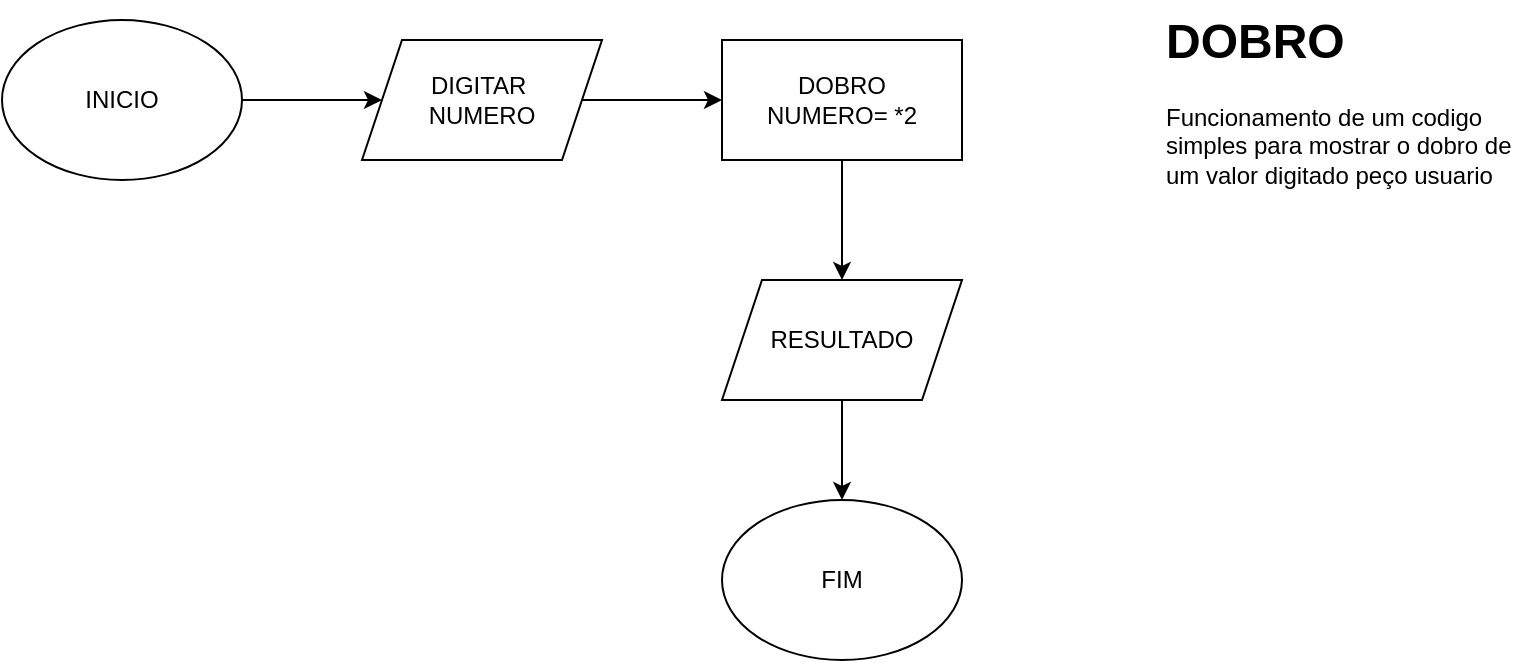
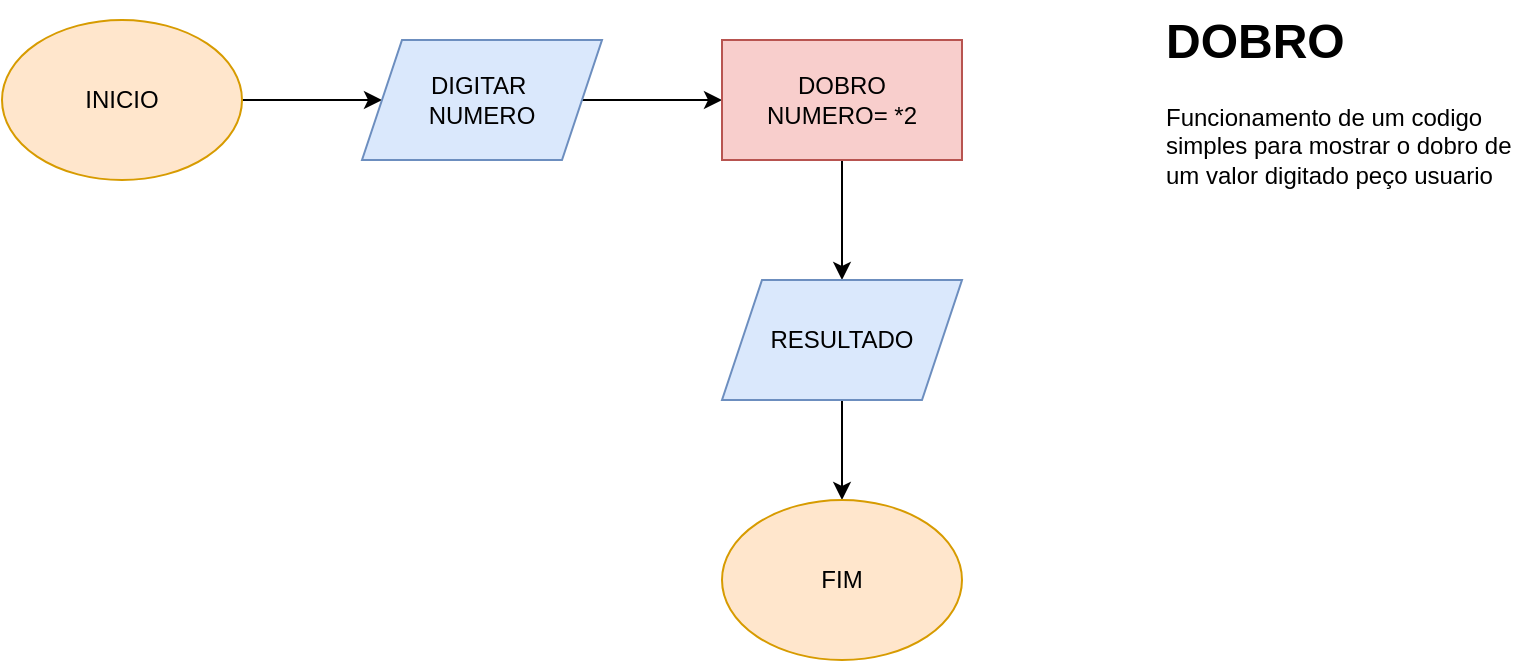
<mxfile host="65bd71144e">
    <diagram id="R-5eT76pNSJoGDwIzhVg" name="Dobro">
-         <mxGraphModel dx="736" dy="569" grid="1" gridSize="10" guides="1" tooltips="1" connect="1" arrows="1" fold="1" page="1" pageScale="1" pageWidth="827" pageHeight="1169" math="0" shadow="0">
+         <mxGraphModel dx="1086" dy="801" grid="1" gridSize="10" guides="1" tooltips="1" connect="1" arrows="1" fold="1" page="1" pageScale="1" pageWidth="827" pageHeight="1169" math="0" shadow="0">
            <root>
                <mxCell id="0"/>
                <mxCell id="1" parent="0"/>
                <mxCell id="9" value="" style="edgeStyle=none;html=1;" parent="1" source="2" target="3" edge="1">
                    <mxGeometry relative="1" as="geometry"/>
                </mxCell>
-                 <mxCell id="2" value="INICIO" style="ellipse;whiteSpace=wrap;html=1;" parent="1" vertex="1">
+                 <mxCell id="2" value="INICIO" style="ellipse;whiteSpace=wrap;html=1;fillColor=#ffe6cc;strokeColor=#d79b00;" parent="1" vertex="1">
                    <mxGeometry x="30" y="40" width="120" height="80" as="geometry"/>
                </mxCell>
                <mxCell id="8" value="" style="edgeStyle=none;html=1;" parent="1" source="3" target="5" edge="1">
                    <mxGeometry relative="1" as="geometry"/>
                </mxCell>
-                 <mxCell id="3" value="DIGITAR&amp;nbsp;&lt;div&gt;NUMERO&lt;/div&gt;" style="shape=parallelogram;perimeter=parallelogramPerimeter;whiteSpace=wrap;html=1;fixedSize=1;" parent="1" vertex="1">
+                 <mxCell id="3" value="DIGITAR&amp;nbsp;&lt;div&gt;NUMERO&lt;/div&gt;" style="shape=parallelogram;perimeter=parallelogramPerimeter;whiteSpace=wrap;html=1;fixedSize=1;fillColor=#dae8fc;strokeColor=#6c8ebf;" parent="1" vertex="1">
                    <mxGeometry x="210" y="50" width="120" height="60" as="geometry"/>
                </mxCell>
                <mxCell id="7" value="" style="edgeStyle=none;html=1;" parent="1" source="5" target="6" edge="1">
                    <mxGeometry relative="1" as="geometry"/>
                </mxCell>
-                 <mxCell id="5" value="DOBRO&lt;div&gt;NUMERO= *2&lt;/div&gt;" style="rounded=0;whiteSpace=wrap;html=1;" parent="1" vertex="1">
+                 <mxCell id="5" value="DOBRO&lt;div&gt;NUMERO= *2&lt;/div&gt;" style="rounded=0;whiteSpace=wrap;html=1;fillColor=#f8cecc;strokeColor=#b85450;" parent="1" vertex="1">
                    <mxGeometry x="390" y="50" width="120" height="60" as="geometry"/>
                </mxCell>
                <mxCell id="q6kPT5-dgeiqTEHdVYeY-13" value="" style="edgeStyle=none;html=1;" parent="1" source="6" target="q6kPT5-dgeiqTEHdVYeY-12" edge="1">
                    <mxGeometry relative="1" as="geometry"/>
                </mxCell>
-                 <mxCell id="6" value="RESULTADO" style="shape=parallelogram;perimeter=parallelogramPerimeter;whiteSpace=wrap;html=1;fixedSize=1;" parent="1" vertex="1">
+                 <mxCell id="6" value="RESULTADO" style="shape=parallelogram;perimeter=parallelogramPerimeter;whiteSpace=wrap;html=1;fixedSize=1;fillColor=#dae8fc;strokeColor=#6c8ebf;" parent="1" vertex="1">
                    <mxGeometry x="390" y="170" width="120" height="60" as="geometry"/>
                </mxCell>
                <mxCell id="10" value="&lt;h1 style=&quot;margin-top: 0px;&quot;&gt;DOBRO&lt;/h1&gt;&lt;div&gt;Funcionamento de um codigo simples para mostrar o dobro de um valor digitado peço usuario&lt;/div&gt;" style="text;html=1;whiteSpace=wrap;overflow=hidden;rounded=0;" parent="1" vertex="1">
                    <mxGeometry x="610" y="30" width="180" height="120" as="geometry"/>
                </mxCell>
-                 <mxCell id="q6kPT5-dgeiqTEHdVYeY-12" value="FIM" style="ellipse;whiteSpace=wrap;html=1;" parent="1" vertex="1">
+                 <mxCell id="q6kPT5-dgeiqTEHdVYeY-12" value="FIM" style="ellipse;whiteSpace=wrap;html=1;fillColor=#ffe6cc;strokeColor=#d79b00;" parent="1" vertex="1">
                    <mxGeometry x="390" y="280" width="120" height="80" as="geometry"/>
                </mxCell>
            </root>
        </mxGraphModel>
    </diagram>
    <diagram id="-PReSM5Idh_WwqLt-fG1" name="Verificar idade">
-         <mxGraphModel dx="736" dy="569" grid="1" gridSize="10" guides="1" tooltips="1" connect="1" arrows="1" fold="1" page="1" pageScale="1" pageWidth="827" pageHeight="1169" math="0" shadow="0">
+         <mxGraphModel dx="1086" dy="801" grid="1" gridSize="10" guides="1" tooltips="1" connect="1" arrows="1" fold="1" page="1" pageScale="1" pageWidth="827" pageHeight="1169" math="0" shadow="0">
            <root>
                <mxCell id="0"/>
                <mxCell id="1" parent="0"/>
                <mxCell id="4D1OAy0dg1UeNiTEq1M0-13" value="" style="edgeStyle=none;html=1;" parent="1" source="4D1OAy0dg1UeNiTEq1M0-1" target="4D1OAy0dg1UeNiTEq1M0-2" edge="1">
                    <mxGeometry relative="1" as="geometry"/>
                </mxCell>
-                 <mxCell id="4D1OAy0dg1UeNiTEq1M0-1" value="INICIO" style="ellipse;whiteSpace=wrap;html=1;" parent="1" vertex="1">
+                 <mxCell id="4D1OAy0dg1UeNiTEq1M0-1" value="INICIO" style="ellipse;whiteSpace=wrap;html=1;fillColor=#ffe6cc;strokeColor=#d79b00;" parent="1" vertex="1">
                    <mxGeometry x="35" y="10" width="120" height="80" as="geometry"/>
                </mxCell>
                <mxCell id="4D1OAy0dg1UeNiTEq1M0-12" value="" style="edgeStyle=none;html=1;entryX=0.5;entryY=0;entryDx=0;entryDy=0;" parent="1" source="4D1OAy0dg1UeNiTEq1M0-2" target="4D1OAy0dg1UeNiTEq1M0-3" edge="1">
                    <mxGeometry relative="1" as="geometry">
                        <Array as="points"/>
                    </mxGeometry>
                </mxCell>
-                 <mxCell id="4D1OAy0dg1UeNiTEq1M0-2" value="DIGITAR IDADE" style="shape=parallelogram;perimeter=parallelogramPerimeter;whiteSpace=wrap;html=1;fixedSize=1;" parent="1" vertex="1">
+                 <mxCell id="4D1OAy0dg1UeNiTEq1M0-2" value="DIGITAR IDADE" style="shape=parallelogram;perimeter=parallelogramPerimeter;whiteSpace=wrap;html=1;fixedSize=1;fillColor=#f8cecc;strokeColor=#b85450;" parent="1" vertex="1">
                    <mxGeometry y="140" width="190" height="60" as="geometry"/>
                </mxCell>
                <mxCell id="4D1OAy0dg1UeNiTEq1M0-10" style="edgeStyle=none;html=1;exitX=1;exitY=0.5;exitDx=0;exitDy=0;entryX=0;entryY=1;entryDx=0;entryDy=0;" parent="1" source="4D1OAy0dg1UeNiTEq1M0-3" target="4D1OAy0dg1UeNiTEq1M0-6" edge="1">
                    <mxGeometry relative="1" as="geometry"/>
                </mxCell>
                <mxCell id="4D1OAy0dg1UeNiTEq1M0-11" style="edgeStyle=none;html=1;exitX=1;exitY=0.5;exitDx=0;exitDy=0;entryX=0;entryY=0;entryDx=0;entryDy=0;" parent="1" source="4D1OAy0dg1UeNiTEq1M0-3" target="4D1OAy0dg1UeNiTEq1M0-7" edge="1">
                    <mxGeometry relative="1" as="geometry"/>
                </mxCell>
-                 <mxCell id="4D1OAy0dg1UeNiTEq1M0-3" value="IDADE &amp;gt;=18" style="rhombus;whiteSpace=wrap;html=1;" parent="1" vertex="1">
+                 <mxCell id="4D1OAy0dg1UeNiTEq1M0-3" value="IDADE &amp;gt;=18" style="rhombus;whiteSpace=wrap;html=1;fillColor=#ffe6cc;strokeColor=#d79b00;" parent="1" vertex="1">
                    <mxGeometry x="12.5" y="270" width="165" height="80" as="geometry"/>
                </mxCell>
                <mxCell id="4D1OAy0dg1UeNiTEq1M0-4" value="SIM" style="text;html=1;align=center;verticalAlign=middle;whiteSpace=wrap;rounded=0;" parent="1" vertex="1">
                    <mxGeometry x="120" y="250" width="60" height="30" as="geometry"/>
                </mxCell>
                <mxCell id="4D1OAy0dg1UeNiTEq1M0-5" value="NÃO" style="text;html=1;align=center;verticalAlign=middle;whiteSpace=wrap;rounded=0;" parent="1" vertex="1">
                    <mxGeometry x="120" y="340" width="60" height="30" as="geometry"/>
                </mxCell>
                <mxCell id="4D1OAy0dg1UeNiTEq1M0-14" value="" style="edgeStyle=none;html=1;" parent="1" source="4D1OAy0dg1UeNiTEq1M0-6" target="4D1OAy0dg1UeNiTEq1M0-8" edge="1">
                    <mxGeometry relative="1" as="geometry"/>
                </mxCell>
-                 <mxCell id="4D1OAy0dg1UeNiTEq1M0-6" value="MAIOR DE IDADE" style="shape=parallelogram;perimeter=parallelogramPerimeter;whiteSpace=wrap;html=1;fixedSize=1;" parent="1" vertex="1">
+                 <mxCell id="4D1OAy0dg1UeNiTEq1M0-6" value="MAIOR DE IDADE" style="shape=parallelogram;perimeter=parallelogramPerimeter;whiteSpace=wrap;html=1;fixedSize=1;fillColor=#f8cecc;strokeColor=#b85450;" parent="1" vertex="1">
                    <mxGeometry x="224" y="210" width="190" height="60" as="geometry"/>
                </mxCell>
                <mxCell id="4D1OAy0dg1UeNiTEq1M0-15" value="" style="edgeStyle=none;html=1;" parent="1" source="4D1OAy0dg1UeNiTEq1M0-7" target="4D1OAy0dg1UeNiTEq1M0-8" edge="1">
                    <mxGeometry relative="1" as="geometry"/>
                </mxCell>
-                 <mxCell id="4D1OAy0dg1UeNiTEq1M0-7" value="MENOR DE IDADE" style="shape=parallelogram;perimeter=parallelogramPerimeter;whiteSpace=wrap;html=1;fixedSize=1;" parent="1" vertex="1">
+                 <mxCell id="4D1OAy0dg1UeNiTEq1M0-7" value="MENOR DE IDADE" style="shape=parallelogram;perimeter=parallelogramPerimeter;whiteSpace=wrap;html=1;fixedSize=1;fillColor=#f8cecc;strokeColor=#b85450;" parent="1" vertex="1">
                    <mxGeometry x="210" y="350" width="190" height="60" as="geometry"/>
                </mxCell>
-                 <mxCell id="4D1OAy0dg1UeNiTEq1M0-8" value="FIM" style="ellipse;whiteSpace=wrap;html=1;" parent="1" vertex="1">
+                 <mxCell id="4D1OAy0dg1UeNiTEq1M0-8" value="FIM" style="ellipse;whiteSpace=wrap;html=1;fillColor=#ffe6cc;strokeColor=#d79b00;" parent="1" vertex="1">
                    <mxGeometry x="500" y="270" width="120" height="80" as="geometry"/>
                </mxCell>
                <mxCell id="4vniGXOj3CQmXd5J_Ys6-1" value="&lt;h1 style=&quot;margin-top: 0px;&quot;&gt;VERIFICAR IDADE&lt;/h1&gt;&lt;div&gt;Fluxograma para verificação de idade&lt;/div&gt;" style="text;html=1;whiteSpace=wrap;overflow=hidden;rounded=0;" parent="1" vertex="1">
                    <mxGeometry x="590" y="40" width="240" height="80" as="geometry"/>
                </mxCell>
            </root>
        </mxGraphModel>
    </diagram>
    <diagram id="vV60u82bGV91kgp_ZNf7" name="Média de notas">
-         <mxGraphModel dx="736" dy="569" grid="1" gridSize="10" guides="1" tooltips="1" connect="1" arrows="1" fold="1" page="1" pageScale="1" pageWidth="827" pageHeight="1169" math="0" shadow="0">
-             <root>
-                 <mxCell id="0"/>
-                 <mxCell id="1" parent="0"/>
-                 <mxCell id="XLC6fJOfM4U3DoHWNkEx-1" value="INICIO" style="ellipse;whiteSpace=wrap;html=1;" parent="1" vertex="1">
+         <mxGraphModel dx="1086" dy="801" grid="1" gridSize="10" guides="1" tooltips="1" connect="1" arrows="1" fold="1" page="1" pageScale="1" pageWidth="827" pageHeight="1169" math="0" shadow="0">
+             <root>
+                 <mxCell id="0"/>
+                 <mxCell id="1" parent="0"/>
+                 <mxCell id="GqeLUvpkJqrqHIIm9Cbv-1" value="" style="edgeStyle=none;html=1;" parent="1" source="XLC6fJOfM4U3DoHWNkEx-1" target="XLC6fJOfM4U3DoHWNkEx-2" edge="1">
+                     <mxGeometry relative="1" as="geometry"/>
+                 </mxCell>
+                 <mxCell id="XLC6fJOfM4U3DoHWNkEx-1" value="INICIO" style="ellipse;whiteSpace=wrap;html=1;fillColor=#fad7ac;strokeColor=#b46504;" parent="1" vertex="1">
                    <mxGeometry x="50" y="30" width="120" height="80" as="geometry"/>
                </mxCell>
                <mxCell id="XLC6fJOfM4U3DoHWNkEx-4" value="" style="edgeStyle=none;html=1;" parent="1" source="XLC6fJOfM4U3DoHWNkEx-2" target="XLC6fJOfM4U3DoHWNkEx-3" edge="1">
                    <mxGeometry relative="1" as="geometry"/>
                </mxCell>
-                 <mxCell id="XLC6fJOfM4U3DoHWNkEx-2" value="Digite a primeira nota" style="shape=parallelogram;perimeter=parallelogramPerimeter;whiteSpace=wrap;html=1;fixedSize=1;" parent="1" vertex="1">
+                 <mxCell id="XLC6fJOfM4U3DoHWNkEx-2" value="Digite a primeira nota" style="shape=parallelogram;perimeter=parallelogramPerimeter;whiteSpace=wrap;html=1;fixedSize=1;fillColor=#b1ddf0;strokeColor=#10739e;" parent="1" vertex="1">
                    <mxGeometry x="10" y="150" width="200" height="60" as="geometry"/>
                </mxCell>
                <mxCell id="XLC6fJOfM4U3DoHWNkEx-6" value="" style="edgeStyle=none;html=1;" parent="1" source="XLC6fJOfM4U3DoHWNkEx-3" target="XLC6fJOfM4U3DoHWNkEx-5" edge="1">
                    <mxGeometry relative="1" as="geometry"/>
                </mxCell>
-                 <mxCell id="XLC6fJOfM4U3DoHWNkEx-3" value="Digite a segunda nota" style="shape=parallelogram;perimeter=parallelogramPerimeter;whiteSpace=wrap;html=1;fixedSize=1;" parent="1" vertex="1">
+                 <mxCell id="XLC6fJOfM4U3DoHWNkEx-3" value="Digite a segunda nota" style="shape=parallelogram;perimeter=parallelogramPerimeter;whiteSpace=wrap;html=1;fixedSize=1;fillColor=#b0e3e6;strokeColor=#0e8088;" parent="1" vertex="1">
                    <mxGeometry x="10" y="290" width="200" height="60" as="geometry"/>
                </mxCell>
                <mxCell id="XLC6fJOfM4U3DoHWNkEx-8" value="" style="edgeStyle=none;html=1;" parent="1" source="XLC6fJOfM4U3DoHWNkEx-5" target="XLC6fJOfM4U3DoHWNkEx-7" edge="1">
                    <mxGeometry relative="1" as="geometry"/>
                </mxCell>
                <mxCell id="XLC6fJOfM4U3DoHWNkEx-10" value="" style="edgeStyle=none;html=1;" parent="1" source="XLC6fJOfM4U3DoHWNkEx-5" target="XLC6fJOfM4U3DoHWNkEx-9" edge="1">
                    <mxGeometry relative="1" as="geometry"/>
                </mxCell>
-                 <mxCell id="XLC6fJOfM4U3DoHWNkEx-5" value="&amp;nbsp;nota &amp;gt;=7" style="rhombus;whiteSpace=wrap;html=1;" parent="1" vertex="1">
+                 <mxCell id="XLC6fJOfM4U3DoHWNkEx-5" value="&amp;nbsp;nota &amp;gt;=7" style="rhombus;whiteSpace=wrap;html=1;fillColor=#fff2cc;strokeColor=#d6b656;" parent="1" vertex="1">
                    <mxGeometry x="290" y="280" width="170" height="80" as="geometry"/>
                </mxCell>
                <mxCell id="XLC6fJOfM4U3DoHWNkEx-13" value="" style="edgeStyle=none;html=1;" parent="1" source="XLC6fJOfM4U3DoHWNkEx-7" target="XLC6fJOfM4U3DoHWNkEx-12" edge="1">
                    <mxGeometry relative="1" as="geometry"/>
                </mxCell>
-                 <mxCell id="XLC6fJOfM4U3DoHWNkEx-7" value="Média aprovado" style="shape=parallelogram;perimeter=parallelogramPerimeter;whiteSpace=wrap;html=1;fixedSize=1;" parent="1" vertex="1">
+                 <mxCell id="XLC6fJOfM4U3DoHWNkEx-7" value="Média aprovado" style="shape=parallelogram;perimeter=parallelogramPerimeter;whiteSpace=wrap;html=1;fixedSize=1;fillColor=#ffe6cc;strokeColor=#d79b00;" parent="1" vertex="1">
                    <mxGeometry x="480" y="200" width="180" height="60" as="geometry"/>
                </mxCell>
                <mxCell id="XLC6fJOfM4U3DoHWNkEx-11" style="edgeStyle=none;html=1;" parent="1" source="XLC6fJOfM4U3DoHWNkEx-9" edge="1">
                    <mxGeometry relative="1" as="geometry">
                        <mxPoint x="620" y="350" as="targetPoint"/>
                    </mxGeometry>
                </mxCell>
                <mxCell id="XLC6fJOfM4U3DoHWNkEx-14" value="" style="edgeStyle=none;html=1;" parent="1" source="XLC6fJOfM4U3DoHWNkEx-9" target="XLC6fJOfM4U3DoHWNkEx-12" edge="1">
                    <mxGeometry relative="1" as="geometry"/>
                </mxCell>
-                 <mxCell id="XLC6fJOfM4U3DoHWNkEx-9" value="Média reprovado" style="shape=parallelogram;perimeter=parallelogramPerimeter;whiteSpace=wrap;html=1;fixedSize=1;" parent="1" vertex="1">
+                 <mxCell id="XLC6fJOfM4U3DoHWNkEx-9" value="Média reprovado" style="shape=parallelogram;perimeter=parallelogramPerimeter;whiteSpace=wrap;html=1;fixedSize=1;fillColor=#ffe6cc;strokeColor=#d79b00;" parent="1" vertex="1">
                    <mxGeometry x="470" y="340" width="180" height="60" as="geometry"/>
                </mxCell>
-                 <mxCell id="XLC6fJOfM4U3DoHWNkEx-12" value="Fim" style="ellipse;whiteSpace=wrap;html=1;" parent="1" vertex="1">
+                 <mxCell id="XLC6fJOfM4U3DoHWNkEx-12" value="Fim" style="ellipse;whiteSpace=wrap;html=1;fillColor=#fad9d5;strokeColor=#ae4132;" parent="1" vertex="1">
                    <mxGeometry x="690" y="260" width="120" height="80" as="geometry"/>
                </mxCell>
+                 <mxCell id="kVypIxB_dqkfuct3rCOZ-1" value="&lt;h1 style=&quot;margin-top: 0px;&quot;&gt;MÉDIA DE NOTAS&lt;/h1&gt;&lt;div&gt;Fluxograma simples de calculos de médias escolares&lt;/div&gt;" style="text;html=1;whiteSpace=wrap;overflow=hidden;rounded=0;" parent="1" vertex="1">
+                     <mxGeometry x="580" y="20" width="180" height="120" as="geometry"/>
+                 </mxCell>
+             </root>
+         </mxGraphModel>
+     </diagram>
+     <diagram id="nuFy6vR8B9roHU7bY2YO" name="Contagem crescente">
+         <mxGraphModel dx="1086" dy="801" grid="1" gridSize="10" guides="1" tooltips="1" connect="1" arrows="1" fold="1" page="1" pageScale="1" pageWidth="827" pageHeight="1169" math="0" shadow="0">
+             <root>
+                 <mxCell id="0"/>
+                 <mxCell id="1" parent="0"/>
+                 <mxCell id="KvseICjcJlt-JyVG3Q9j-5" value="" style="edgeStyle=none;html=1;" parent="1" source="KvseICjcJlt-JyVG3Q9j-1" target="KvseICjcJlt-JyVG3Q9j-2" edge="1">
+                     <mxGeometry relative="1" as="geometry"/>
+                 </mxCell>
+                 <mxCell id="KvseICjcJlt-JyVG3Q9j-1" value="INICIO" style="ellipse;whiteSpace=wrap;html=1;fillColor=#fad9d5;strokeColor=#ae4132;" parent="1" vertex="1">
+                     <mxGeometry x="240" y="30" width="120" height="80" as="geometry"/>
+                 </mxCell>
+                 <mxCell id="KvseICjcJlt-JyVG3Q9j-6" value="" style="edgeStyle=none;html=1;" parent="1" source="KvseICjcJlt-JyVG3Q9j-2" target="KvseICjcJlt-JyVG3Q9j-3" edge="1">
+                     <mxGeometry relative="1" as="geometry"/>
+                 </mxCell>
+                 <mxCell id="KvseICjcJlt-JyVG3Q9j-2" value="CONTAGEM&lt;div&gt;==1&lt;/div&gt;" style="rhombus;whiteSpace=wrap;html=1;fillColor=#fad7ac;strokeColor=#b46504;" parent="1" vertex="1">
+                     <mxGeometry x="225" y="160" width="150" height="80" as="geometry"/>
+                 </mxCell>
+                 <mxCell id="KvseICjcJlt-JyVG3Q9j-9" style="edgeStyle=none;html=1;entryX=0.5;entryY=1;entryDx=0;entryDy=0;" parent="1" source="KvseICjcJlt-JyVG3Q9j-3" target="KvseICjcJlt-JyVG3Q9j-4" edge="1">
+                     <mxGeometry relative="1" as="geometry"/>
+                 </mxCell>
+                 <mxCell id="KvseICjcJlt-JyVG3Q9j-3" value="CONTAGEM DE 1 A 10" style="shape=parallelogram;perimeter=parallelogramPerimeter;whiteSpace=wrap;html=1;fixedSize=1;fillColor=#fad7ac;strokeColor=#b46504;" parent="1" vertex="1">
+                     <mxGeometry x="210" y="290" width="180" height="60" as="geometry"/>
+                 </mxCell>
+                 <mxCell id="KvseICjcJlt-JyVG3Q9j-4" value="FIM" style="ellipse;whiteSpace=wrap;html=1;fillColor=#fad9d5;strokeColor=#ae4132;" parent="1" vertex="1">
+                     <mxGeometry x="510" y="30" width="120" height="80" as="geometry"/>
+                 </mxCell>
+                 <mxCell id="oWbBHFfbDjVjVMw_t4Ax-2" value="&lt;h1 style=&quot;margin-top: 0px;&quot;&gt;Contagem crescente&lt;/h1&gt;&lt;div&gt;Fluxograma de contagem crescente&lt;/div&gt;" style="text;html=1;whiteSpace=wrap;overflow=hidden;rounded=0;" parent="1" vertex="1">
+                     <mxGeometry x="647" y="30" width="180" height="120" as="geometry"/>
+                 </mxCell>
+             </root>
+         </mxGraphModel>
+     </diagram>
+     <diagram id="iAtNmJodD-mAwh5PCBRI" name="Calculadora simples">
+         <mxGraphModel dx="1086" dy="801" grid="1" gridSize="10" guides="1" tooltips="1" connect="1" arrows="1" fold="1" page="1" pageScale="1" pageWidth="827" pageHeight="1169" math="0" shadow="0">
+             <root>
+                 <mxCell id="0"/>
+                 <mxCell id="1" parent="0"/>
+                 <mxCell id="mdXB0rhqAvpD1KHY9H_b-28" value="" style="edgeStyle=none;html=1;" parent="1" source="W34dyoLfP6Ls-wRwetPn-1" target="W34dyoLfP6Ls-wRwetPn-2" edge="1">
+                     <mxGeometry relative="1" as="geometry"/>
+                 </mxCell>
+                 <mxCell id="W34dyoLfP6Ls-wRwetPn-1" value="INICIO" style="ellipse;whiteSpace=wrap;html=1;fillColor=#d5e8d4;strokeColor=#82b366;" parent="1" vertex="1">
+                     <mxGeometry x="90" y="20" width="120" height="80" as="geometry"/>
+                 </mxCell>
+                 <mxCell id="mdXB0rhqAvpD1KHY9H_b-27" value="" style="edgeStyle=none;html=1;" parent="1" source="W34dyoLfP6Ls-wRwetPn-2" target="W34dyoLfP6Ls-wRwetPn-3" edge="1">
+                     <mxGeometry relative="1" as="geometry"/>
+                 </mxCell>
+                 <mxCell id="W34dyoLfP6Ls-wRwetPn-2" value="DIGITE O PRIMEIRO NUMERO" style="shape=parallelogram;perimeter=parallelogramPerimeter;whiteSpace=wrap;html=1;fixedSize=1;fillColor=#b1ddf0;strokeColor=#10739e;" parent="1" vertex="1">
+                     <mxGeometry x="10" y="140" width="250" height="60" as="geometry"/>
+                 </mxCell>
+                 <mxCell id="mdXB0rhqAvpD1KHY9H_b-26" value="" style="edgeStyle=none;html=1;" parent="1" source="W34dyoLfP6Ls-wRwetPn-3" target="W34dyoLfP6Ls-wRwetPn-4" edge="1">
+                     <mxGeometry relative="1" as="geometry"/>
+                 </mxCell>
+                 <mxCell id="W34dyoLfP6Ls-wRwetPn-3" value="DIGITE O SEGUNDO NUMERO" style="shape=parallelogram;perimeter=parallelogramPerimeter;whiteSpace=wrap;html=1;fixedSize=1;fillColor=#b1ddf0;strokeColor=#10739e;" parent="1" vertex="1">
+                     <mxGeometry x="10" y="240" width="250" height="60" as="geometry"/>
+                 </mxCell>
+                 <mxCell id="mdXB0rhqAvpD1KHY9H_b-25" value="" style="edgeStyle=none;html=1;" parent="1" source="W34dyoLfP6Ls-wRwetPn-4" target="W34dyoLfP6Ls-wRwetPn-6" edge="1">
+                     <mxGeometry relative="1" as="geometry"/>
+                 </mxCell>
+                 <mxCell id="W34dyoLfP6Ls-wRwetPn-4" value="MOSTRAR OPÇÕES" style="shape=parallelogram;perimeter=parallelogramPerimeter;whiteSpace=wrap;html=1;fixedSize=1;fillColor=#fad9d5;strokeColor=#ae4132;" parent="1" vertex="1">
+                     <mxGeometry x="15" y="340" width="240" height="60" as="geometry"/>
+                 </mxCell>
+                 <mxCell id="mdXB0rhqAvpD1KHY9H_b-24" value="" style="edgeStyle=none;html=1;" parent="1" source="W34dyoLfP6Ls-wRwetPn-6" target="W34dyoLfP6Ls-wRwetPn-7" edge="1">
+                     <mxGeometry relative="1" as="geometry"/>
+                 </mxCell>
+                 <mxCell id="W34dyoLfP6Ls-wRwetPn-6" value="DIGITAR OPÇÃO&lt;div&gt;DESEJADA&lt;/div&gt;" style="rounded=0;whiteSpace=wrap;html=1;fillColor=#d0cee2;strokeColor=#56517e;" parent="1" vertex="1">
+                     <mxGeometry x="75" y="440" width="120" height="60" as="geometry"/>
+                 </mxCell>
+                 <mxCell id="mdXB0rhqAvpD1KHY9H_b-16" value="" style="edgeStyle=none;html=1;" parent="1" source="W34dyoLfP6Ls-wRwetPn-7" target="mdXB0rhqAvpD1KHY9H_b-9" edge="1">
+                     <mxGeometry relative="1" as="geometry"/>
+                 </mxCell>
+                 <mxCell id="mdXB0rhqAvpD1KHY9H_b-18" value="" style="edgeStyle=none;html=1;" parent="1" source="W34dyoLfP6Ls-wRwetPn-7" target="W34dyoLfP6Ls-wRwetPn-11" edge="1">
+                     <mxGeometry relative="1" as="geometry"/>
+                 </mxCell>
+                 <mxCell id="W34dyoLfP6Ls-wRwetPn-7" value="OPÇÃO 1" style="rhombus;whiteSpace=wrap;html=1;fillColor=#ffe6cc;strokeColor=#d79b00;" parent="1" vertex="1">
+                     <mxGeometry x="70" y="545" width="130" height="80" as="geometry"/>
+                 </mxCell>
+                 <mxCell id="mdXB0rhqAvpD1KHY9H_b-15" value="" style="edgeStyle=none;html=1;" parent="1" source="W34dyoLfP6Ls-wRwetPn-11" target="mdXB0rhqAvpD1KHY9H_b-10" edge="1">
+                     <mxGeometry relative="1" as="geometry"/>
+                 </mxCell>
+                 <mxCell id="mdXB0rhqAvpD1KHY9H_b-19" value="" style="edgeStyle=none;html=1;" parent="1" source="W34dyoLfP6Ls-wRwetPn-11" target="W34dyoLfP6Ls-wRwetPn-12" edge="1">
+                     <mxGeometry relative="1" as="geometry"/>
+                 </mxCell>
+                 <mxCell id="W34dyoLfP6Ls-wRwetPn-11" value="OPÇÃO 2" style="rhombus;whiteSpace=wrap;html=1;fillColor=#ffe6cc;strokeColor=#d79b00;" parent="1" vertex="1">
+                     <mxGeometry x="70" y="650" width="130" height="80" as="geometry"/>
+                 </mxCell>
+                 <mxCell id="mdXB0rhqAvpD1KHY9H_b-14" value="" style="edgeStyle=none;html=1;" parent="1" source="W34dyoLfP6Ls-wRwetPn-12" target="mdXB0rhqAvpD1KHY9H_b-11" edge="1">
+                     <mxGeometry relative="1" as="geometry"/>
+                 </mxCell>
+                 <mxCell id="mdXB0rhqAvpD1KHY9H_b-20" value="" style="edgeStyle=none;html=1;" parent="1" source="W34dyoLfP6Ls-wRwetPn-12" target="W34dyoLfP6Ls-wRwetPn-13" edge="1">
+                     <mxGeometry relative="1" as="geometry"/>
+                 </mxCell>
+                 <mxCell id="W34dyoLfP6Ls-wRwetPn-12" value="OPÇÃO 3" style="rhombus;whiteSpace=wrap;html=1;fillColor=#ffe6cc;strokeColor=#d79b00;" parent="1" vertex="1">
+                     <mxGeometry x="70" y="760" width="130" height="80" as="geometry"/>
+                 </mxCell>
+                 <mxCell id="mdXB0rhqAvpD1KHY9H_b-13" value="" style="edgeStyle=none;html=1;" parent="1" source="W34dyoLfP6Ls-wRwetPn-13" target="mdXB0rhqAvpD1KHY9H_b-7" edge="1">
+                     <mxGeometry relative="1" as="geometry"/>
+                 </mxCell>
+                 <mxCell id="mdXB0rhqAvpD1KHY9H_b-22" value="" style="edgeStyle=none;html=1;" parent="1" source="W34dyoLfP6Ls-wRwetPn-13" target="mdXB0rhqAvpD1KHY9H_b-21" edge="1">
+                     <mxGeometry relative="1" as="geometry"/>
+                 </mxCell>
+                 <mxCell id="W34dyoLfP6Ls-wRwetPn-13" value="OPÇÃO 4" style="rhombus;whiteSpace=wrap;html=1;fillColor=#ffe6cc;strokeColor=#d79b00;" parent="1" vertex="1">
+                     <mxGeometry x="70" y="860" width="130" height="80" as="geometry"/>
+                 </mxCell>
+                 <mxCell id="mdXB0rhqAvpD1KHY9H_b-17" value="" style="edgeStyle=none;html=1;" parent="1" source="mdXB0rhqAvpD1KHY9H_b-7" target="mdXB0rhqAvpD1KHY9H_b-12" edge="1">
+                     <mxGeometry relative="1" as="geometry"/>
+                 </mxCell>
+                 <mxCell id="mdXB0rhqAvpD1KHY9H_b-7" value="DIVISAO" style="rhombus;whiteSpace=wrap;html=1;fillColor=#fff2cc;strokeColor=#d6b656;" parent="1" vertex="1">
+                     <mxGeometry x="250" y="860" width="130" height="80" as="geometry"/>
+                 </mxCell>
+                 <mxCell id="mdXB0rhqAvpD1KHY9H_b-9" value="MOSTRAR RESULTADO" style="shape=parallelogram;perimeter=parallelogramPerimeter;whiteSpace=wrap;html=1;fixedSize=1;fillColor=#f8cecc;strokeColor=#b85450;" parent="1" vertex="1">
+                     <mxGeometry x="280" y="555" width="120" height="60" as="geometry"/>
+                 </mxCell>
+                 <mxCell id="mdXB0rhqAvpD1KHY9H_b-10" value="MOSTRAR RESULTADO" style="shape=parallelogram;perimeter=parallelogramPerimeter;whiteSpace=wrap;html=1;fixedSize=1;fillColor=#f8cecc;strokeColor=#b85450;" parent="1" vertex="1">
+                     <mxGeometry x="280" y="660" width="120" height="60" as="geometry"/>
+                 </mxCell>
+                 <mxCell id="mdXB0rhqAvpD1KHY9H_b-11" value="MOSTRAR RESULTADO" style="shape=parallelogram;perimeter=parallelogramPerimeter;whiteSpace=wrap;html=1;fixedSize=1;fillColor=#f8cecc;strokeColor=#b85450;" parent="1" vertex="1">
+                     <mxGeometry x="270" y="770" width="120" height="60" as="geometry"/>
+                 </mxCell>
+                 <mxCell id="mdXB0rhqAvpD1KHY9H_b-23" style="edgeStyle=none;html=1;exitX=0.5;exitY=1;exitDx=0;exitDy=0;entryX=1;entryY=0.5;entryDx=0;entryDy=0;" parent="1" source="mdXB0rhqAvpD1KHY9H_b-12" target="mdXB0rhqAvpD1KHY9H_b-21" edge="1">
+                     <mxGeometry relative="1" as="geometry">
+                         <mxPoint x="510" y="1050" as="targetPoint"/>
+                         <Array as="points">
+                             <mxPoint x="510" y="1030"/>
+                         </Array>
+                     </mxGeometry>
+                 </mxCell>
+                 <mxCell id="mdXB0rhqAvpD1KHY9H_b-12" value="MOSTRAR RESULTADO" style="shape=parallelogram;perimeter=parallelogramPerimeter;whiteSpace=wrap;html=1;fixedSize=1;fillColor=#f8cecc;strokeColor=#b85450;" parent="1" vertex="1">
+                     <mxGeometry x="450" y="870" width="120" height="60" as="geometry"/>
+                 </mxCell>
+                 <mxCell id="mdXB0rhqAvpD1KHY9H_b-21" value="FIM" style="ellipse;whiteSpace=wrap;html=1;fillColor=#d5e8d4;strokeColor=#82b366;" parent="1" vertex="1">
+                     <mxGeometry x="80" y="990" width="120" height="80" as="geometry"/>
+                 </mxCell>
+                 <mxCell id="mdXB0rhqAvpD1KHY9H_b-29" value="&lt;h1 style=&quot;margin-top: 0px;&quot;&gt;CALCULADORA&lt;span style=&quot;white-space: pre;&quot;&gt;&#x9;&lt;/span&gt;&lt;/h1&gt;&lt;div&gt;fluxograma de calculadora simples&lt;/div&gt;" style="text;html=1;whiteSpace=wrap;overflow=hidden;rounded=0;" parent="1" vertex="1">
+                     <mxGeometry x="360" y="230" width="230" height="120" as="geometry"/>
+                 </mxCell>
            </root>
        </mxGraphModel>
    </diagram>
</mxfile>